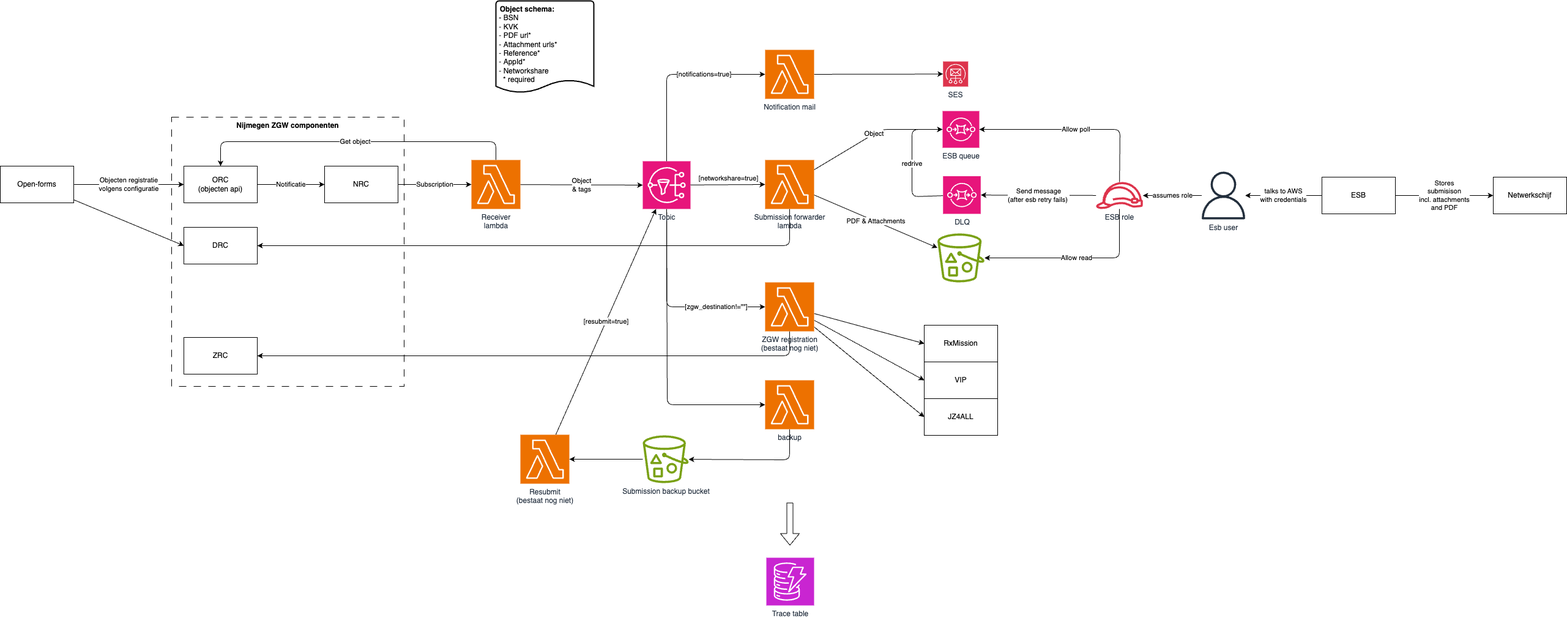
Before: src/submission-forwarder/docs/submission-forwarder-v2.drawio.png, a diagram exported from draw.io (GemeenteNijmegen/open-forms). Source tidied: cells renumbered, new cells last; positions are measured from the earlier drawing's top-left corner, leaving out a move shared by most shapes. Source of this version:
```xml
<mxGraphModel background="#ffffff">
  <root>
    <mxCell id="0" />
    <mxCell id="1" parent="0" />
    <mxCell id="2" value="Nijmegen ZGW componenten" style="rounded=0;whiteSpace=wrap;html=1;dashed=1;dashPattern=12 12;fillColor=none;fontStyle=1;verticalAlign=top;" parent="1" vertex="1">
      <mxGeometry x="280" y="190" width="380" height="440" as="geometry" />
    </mxCell>
    <mxCell id="3" value="Object&lt;div&gt;&amp;amp; tags&lt;/div&gt;" style="edgeStyle=none;html=1;entryX=0;entryY=0.5;entryDx=0;entryDy=0;entryPerimeter=0;" parent="1" edge="1" source="5" target="35">
      <mxGeometry relative="1" as="geometry" />
    </mxCell>
    <mxCell id="4" value="Get object" style="edgeStyle=none;html=1;entryX=0.5;entryY=0;entryDx=0;entryDy=0;" parent="1" edge="1" source="5" target="21">
      <mxGeometry relative="1" as="geometry">
        <Array as="points">
          <mxPoint x="810" y="230" />
          <mxPoint x="360" y="230" />
        </Array>
      </mxGeometry>
    </mxCell>
    <mxCell id="5" value="Receiver&lt;div&gt;lambda&lt;/div&gt;" style="sketch=0;points=[[0,0,0],[0.25,0,0],[0.5,0,0],[0.75,0,0],[1,0,0],[0,1,0],[0.25,1,0],[0.5,1,0],[0.75,1,0],[1,1,0],[0,0.25,0],[0,0.5,0],[0,0.75,0],[1,0.25,0],[1,0.5,0],[1,0.75,0]];outlineConnect=0;fontColor=#232F3E;fillColor=#ED7100;strokeColor=#ffffff;dashed=0;verticalLabelPosition=bottom;verticalAlign=top;align=center;html=1;fontSize=12;fontStyle=0;shape=mxgraph.aws4.resourceIcon;resIcon=mxgraph.aws4.lambda;" parent="1" vertex="1">
      <mxGeometry x="770" y="260" width="80" height="80" as="geometry" />
    </mxCell>
    <mxCell id="6" value="PDF &amp;amp; Attachments" style="edgeStyle=none;html=1;" parent="1" edge="1" source="9" target="10">
      <mxGeometry relative="1" as="geometry" />
    </mxCell>
    <mxCell id="7" value="Object" style="edgeStyle=none;html=1;" parent="1" edge="1" source="9" target="11">
      <mxGeometry relative="1" as="geometry">
        <Array as="points">
          <mxPoint x="1440" y="210" />
        </Array>
      </mxGeometry>
    </mxCell>
    <mxCell id="8" style="edgeStyle=none;html=1;" parent="1" edge="1" source="9" target="26">
      <mxGeometry relative="1" as="geometry">
        <Array as="points">
          <mxPoint x="1290" y="400" />
        </Array>
      </mxGeometry>
    </mxCell>
    <mxCell id="9" value="Submission forwarder&lt;div&gt;lambda&lt;/div&gt;" style="sketch=0;points=[[0,0,0],[0.25,0,0],[0.5,0,0],[0.75,0,0],[1,0,0],[0,1,0],[0.25,1,0],[0.5,1,0],[0.75,1,0],[1,1,0],[0,0.25,0],[0,0.5,0],[0,0.75,0],[1,0.25,0],[1,0.5,0],[1,0.75,0]];outlineConnect=0;fontColor=#232F3E;fillColor=#ED7100;strokeColor=#ffffff;dashed=0;verticalLabelPosition=bottom;verticalAlign=top;align=center;html=1;fontSize=12;fontStyle=0;shape=mxgraph.aws4.resourceIcon;resIcon=mxgraph.aws4.lambda;" parent="1" vertex="1">
      <mxGeometry x="1250" y="260" width="80" height="80" as="geometry" />
    </mxCell>
    <mxCell id="10" style="sketch=0;outlineConnect=0;fontColor=#232F3E;gradientColor=none;fillColor=#7AA116;strokeColor=none;dashed=0;verticalLabelPosition=bottom;verticalAlign=top;align=center;html=1;fontSize=12;fontStyle=0;shape=mxgraph.aws4.bucket_with_objects;" parent="1" vertex="1">
      <mxGeometry x="1531.5" y="380" width="76.9" height="80" as="geometry" />
    </mxCell>
    <mxCell id="11" value="ESB queue" style="sketch=0;points=[[0,0,0],[0.25,0,0],[0.5,0,0],[0.75,0,0],[1,0,0],[0,1,0],[0.25,1,0],[0.5,1,0],[0.75,1,0],[1,1,0],[0,0.25,0],[0,0.5,0],[0,0.75,0],[1,0.25,0],[1,0.5,0],[1,0.75,0]];outlineConnect=0;fontColor=#232F3E;fillColor=#E7157B;strokeColor=#ffffff;dashed=0;verticalLabelPosition=bottom;verticalAlign=top;align=center;html=1;fontSize=12;fontStyle=0;shape=mxgraph.aws4.resourceIcon;resIcon=mxgraph.aws4.sqs;" parent="1" vertex="1">
      <mxGeometry x="1540" y="180" width="60" height="60" as="geometry" />
    </mxCell>
    <mxCell id="12" value="Allow poll" style="edgeStyle=none;html=1;" parent="1" edge="1" source="15" target="11">
      <mxGeometry relative="1" as="geometry">
        <Array as="points">
          <mxPoint x="1830" y="210" />
        </Array>
      </mxGeometry>
    </mxCell>
    <mxCell id="13" value="Allow read" style="edgeStyle=none;html=1;" parent="1" edge="1" source="15" target="10">
      <mxGeometry relative="1" as="geometry">
        <Array as="points">
          <mxPoint x="1829" y="420" />
        </Array>
      </mxGeometry>
    </mxCell>
    <mxCell id="14" value="Send message&lt;div&gt;(after esb retry fails)&amp;nbsp;&lt;/div&gt;" style="edgeStyle=none;html=1;" parent="1" edge="1" source="15" target="32">
      <mxGeometry relative="1" as="geometry" />
    </mxCell>
    <mxCell id="15" value="ESB role" style="sketch=0;outlineConnect=0;fontColor=#232F3E;gradientColor=none;fillColor=#DD344C;strokeColor=none;dashed=0;verticalLabelPosition=bottom;verticalAlign=top;align=center;html=1;fontSize=12;fontStyle=0;shape=mxgraph.aws4.role;" parent="1" vertex="1">
      <mxGeometry x="1790" y="296" width="78" height="44" as="geometry" />
    </mxCell>
    <mxCell id="16" value="assumes role" style="edgeStyle=none;html=1;" parent="1" edge="1" source="17" target="15">
      <mxGeometry relative="1" as="geometry" />
    </mxCell>
    <mxCell id="17" value="Esb user" style="sketch=0;outlineConnect=0;fontColor=#232F3E;gradientColor=none;fillColor=#232F3D;strokeColor=none;dashed=0;verticalLabelPosition=bottom;verticalAlign=top;align=center;html=1;fontSize=12;fontStyle=0;shape=mxgraph.aws4.user;" parent="1" vertex="1">
      <mxGeometry x="1960" y="279" width="78" height="78" as="geometry" />
    </mxCell>
    <mxCell id="18" value="Subscription" style="edgeStyle=none;html=1;" parent="1" edge="1" source="19" target="5">
      <mxGeometry relative="1" as="geometry" />
    </mxCell>
    <mxCell id="19" value="NRC" style="rounded=0;whiteSpace=wrap;html=1;" parent="1" vertex="1">
      <mxGeometry x="530" y="270" width="120" height="60" as="geometry" />
    </mxCell>
    <mxCell id="20" value="Notificatie" style="edgeStyle=none;html=1;" parent="1" edge="1" source="21" target="19">
      <mxGeometry relative="1" as="geometry" />
    </mxCell>
    <mxCell id="21" value="ORC&lt;div&gt;(objecten api)&lt;/div&gt;" style="rounded=0;whiteSpace=wrap;html=1;" parent="1" vertex="1">
      <mxGeometry x="300" y="270" width="120" height="60" as="geometry" />
    </mxCell>
    <mxCell id="22" value="Objecten registratie&lt;div&gt;volgens configuratie&lt;/div&gt;" style="edgeStyle=none;html=1;" parent="1" edge="1" source="24" target="21">
      <mxGeometry relative="1" as="geometry" />
    </mxCell>
    <mxCell id="23" style="edgeStyle=none;html=1;entryX=0;entryY=0.5;entryDx=0;entryDy=0;" parent="1" edge="1" source="24" target="26">
      <mxGeometry relative="1" as="geometry" />
    </mxCell>
    <mxCell id="24" value="Open-forms" style="rounded=0;whiteSpace=wrap;html=1;" parent="1" vertex="1">
      <mxGeometry y="270" width="120" height="60" as="geometry" />
    </mxCell>
    <mxCell id="25" value="&lt;div style=&quot;text-align: center;&quot;&gt;&lt;b&gt;Object schema:&lt;/b&gt;&lt;/div&gt;&lt;div style=&quot;&quot;&gt;&lt;span style=&quot;background-color: transparent;&quot;&gt;&amp;nbsp;- BSN&lt;/span&gt;&lt;/div&gt;&lt;div style=&quot;&quot;&gt;&lt;span style=&quot;color: rgb(63, 63, 63); background-color: transparent;&quot;&gt;&amp;nbsp;-&lt;/span&gt;&lt;span style=&quot;color: rgb(63, 63, 63); background-color: transparent;&quot;&gt;&amp;nbsp;&lt;/span&gt;KVK&lt;/div&gt;&lt;div style=&quot;&quot;&gt;&lt;span style=&quot;color: rgb(63, 63, 63); background-color: transparent;&quot;&gt;&amp;nbsp;-&lt;/span&gt;&lt;span style=&quot;color: rgb(63, 63, 63); background-color: transparent;&quot;&gt;&amp;nbsp;&lt;/span&gt;PDF url*&lt;/div&gt;&lt;div style=&quot;&quot;&gt;&lt;span style=&quot;color: rgb(63, 63, 63); background-color: transparent;&quot;&gt;&amp;nbsp;-&lt;/span&gt;&lt;span style=&quot;color: rgb(63, 63, 63); background-color: transparent;&quot;&gt;&amp;nbsp;&lt;/span&gt;Attachment urls*&lt;/div&gt;&lt;div style=&quot;&quot;&gt;&lt;span style=&quot;color: rgb(63, 63, 63); background-color: transparent;&quot;&gt;&amp;nbsp;-&lt;/span&gt;&lt;span style=&quot;color: rgb(63, 63, 63); background-color: transparent;&quot;&gt;&amp;nbsp;&lt;/span&gt;Reference*&lt;/div&gt;&lt;div style=&quot;&quot;&gt;&lt;span style=&quot;color: rgb(63, 63, 63); background-color: transparent;&quot;&gt;&amp;nbsp;-&lt;/span&gt;&lt;span style=&quot;color: rgb(63, 63, 63); background-color: transparent;&quot;&gt;&amp;nbsp;&lt;/span&gt;AppId*&lt;/div&gt;&lt;div style=&quot;&quot;&gt;&lt;span style=&quot;color: rgb(63, 63, 63); background-color: transparent;&quot;&gt;&amp;nbsp;-&lt;/span&gt;&lt;span style=&quot;color: rgb(63, 63, 63); background-color: transparent;&quot;&gt;&amp;nbsp;&lt;/span&gt;Networkshare&lt;br&gt;&amp;nbsp; &amp;nbsp;* required&lt;/div&gt;" style="strokeWidth=2;html=1;shape=mxgraph.flowchart.document2;whiteSpace=wrap;size=0.1388888888888889;align=left;verticalAlign=top;" parent="1" vertex="1">
      <mxGeometry x="810" width="160" height="150" as="geometry" />
    </mxCell>
    <mxCell id="26" value="DRC" style="rounded=0;whiteSpace=wrap;html=1;" parent="1" vertex="1">
      <mxGeometry x="300" y="370" width="120" height="60" as="geometry" />
    </mxCell>
    <mxCell id="27" value="talks to AWS&lt;div&gt;with credentials&lt;/div&gt;" style="edgeStyle=none;html=1;" parent="1" edge="1" source="29" target="17">
      <mxGeometry relative="1" as="geometry" />
    </mxCell>
    <mxCell id="28" value="Stores&lt;div&gt;submisison&lt;/div&gt;&lt;div&gt;incl. attachments&lt;/div&gt;&lt;div&gt;and PDF&lt;/div&gt;" style="edgeStyle=none;html=1;" parent="1" edge="1" source="29" target="30">
      <mxGeometry relative="1" as="geometry" />
    </mxCell>
    <mxCell id="29" value="ESB" style="rounded=0;whiteSpace=wrap;html=1;" parent="1" vertex="1">
      <mxGeometry x="2160" y="288" width="120" height="60" as="geometry" />
    </mxCell>
    <mxCell id="30" value="Netwerkschijf" style="rounded=0;whiteSpace=wrap;html=1;" parent="1" vertex="1">
      <mxGeometry x="2440" y="288" width="120" height="60" as="geometry" />
    </mxCell>
    <mxCell id="31" value="redrive" style="edgeStyle=none;html=1;" parent="1" edge="1" source="32" target="11">
      <mxGeometry relative="1" as="geometry">
        <Array as="points">
          <mxPoint x="1490" y="320" />
          <mxPoint x="1490" y="210" />
        </Array>
      </mxGeometry>
    </mxCell>
    <mxCell id="32" value="DLQ" style="sketch=0;points=[[0,0,0],[0.25,0,0],[0.5,0,0],[0.75,0,0],[1,0,0],[0,1,0],[0.25,1,0],[0.5,1,0],[0.75,1,0],[1,1,0],[0,0.25,0],[0,0.5,0],[0,0.75,0],[1,0.25,0],[1,0.5,0],[1,0.75,0]];outlineConnect=0;fontColor=#232F3E;fillColor=#E7157B;strokeColor=#ffffff;dashed=0;verticalLabelPosition=bottom;verticalAlign=top;align=center;html=1;fontSize=12;fontStyle=0;shape=mxgraph.aws4.resourceIcon;resIcon=mxgraph.aws4.sqs;" parent="1" vertex="1">
      <mxGeometry x="1540.8" y="286.5" width="61.5" height="61.5" as="geometry" />
    </mxCell>
    <mxCell id="33" value="[zgw_destination!=&quot;&quot;]" style="edgeStyle=none;html=1;" parent="1" edge="1" source="35" target="47">
      <mxGeometry x="0.5" relative="1" as="geometry">
        <Array as="points">
          <mxPoint x="1089" y="500" />
        </Array>
      </mxGeometry>
    </mxCell>
    <mxCell id="34" style="edgeStyle=none;html=1;" parent="1" edge="1" source="35" target="57">
      <mxGeometry relative="1" as="geometry">
        <Array as="points">
          <mxPoint x="1090" y="660" />
        </Array>
      </mxGeometry>
    </mxCell>
    <mxCell id="35" value="Topic" style="sketch=0;points=[[0,0,0],[0.25,0,0],[0.5,0,0],[0.75,0,0],[1,0,0],[0,1,0],[0.25,1,0],[0.5,1,0],[0.75,1,0],[1,1,0],[0,0.25,0],[0,0.5,0],[0,0.75,0],[1,0.25,0],[1,0.5,0],[1,0.75,0]];outlineConnect=0;fontColor=#232F3E;fillColor=#E7157B;strokeColor=#ffffff;dashed=0;verticalLabelPosition=bottom;verticalAlign=top;align=center;html=1;fontSize=12;fontStyle=0;shape=mxgraph.aws4.resourceIcon;resIcon=mxgraph.aws4.sns;" parent="1" vertex="1">
      <mxGeometry x="1050" y="262" width="78" height="78" as="geometry" />
    </mxCell>
    <mxCell id="36" value="[networkshare=true]" style="edgeStyle=none;html=1;entryX=0;entryY=0.5;entryDx=0;entryDy=0;entryPerimeter=0;" parent="1" edge="1" source="35" target="9">
      <mxGeometry x="0.02" y="10" relative="1" as="geometry" />
    </mxCell>
    <mxCell id="37" style="edgeStyle=none;html=1;" parent="1" edge="1" source="38" target="42">
      <mxGeometry relative="1" as="geometry" />
    </mxCell>
    <mxCell id="38" value="Notification mail" style="sketch=0;points=[[0,0,0],[0.25,0,0],[0.5,0,0],[0.75,0,0],[1,0,0],[0,1,0],[0.25,1,0],[0.5,1,0],[0.75,1,0],[1,1,0],[0,0.25,0],[0,0.5,0],[0,0.75,0],[1,0.25,0],[1,0.5,0],[1,0.75,0]];outlineConnect=0;fontColor=#232F3E;fillColor=#ED7100;strokeColor=#ffffff;dashed=0;verticalLabelPosition=bottom;verticalAlign=top;align=center;html=1;fontSize=12;fontStyle=0;shape=mxgraph.aws4.resourceIcon;resIcon=mxgraph.aws4.lambda;" parent="1" vertex="1">
      <mxGeometry x="1250" y="80" width="80" height="80" as="geometry" />
    </mxCell>
    <mxCell id="39" value="[notifications=true]" style="edgeStyle=none;html=1;entryX=0;entryY=0.5;entryDx=0;entryDy=0;entryPerimeter=0;" parent="1" edge="1" source="35" target="38">
      <mxGeometry x="0.34" relative="1" as="geometry">
        <Array as="points">
          <mxPoint x="1089" y="120" />
        </Array>
      </mxGeometry>
    </mxCell>
    <mxCell id="40" value="Trace table" style="sketch=0;fontColor=#232F3E;fillColor=#C925D1;strokeColor=#ffffff;dashed=0;verticalLabelPosition=bottom;verticalAlign=top;align=center;html=1;fontSize=12;fontStyle=0;shape=mxgraph.aws4.resourceIcon;resIcon=mxgraph.aws4.dynamodb;" parent="1" vertex="1">
      <mxGeometry x="1252" y="910" width="78" height="78" as="geometry" />
    </mxCell>
    <mxCell id="41" style="shape=flexArrow;endArrow=classic;html=1;" parent="1" edge="1">
      <mxGeometry relative="1" as="geometry">
        <mxPoint x="1290.5" y="820" as="sourcePoint" />
        <mxPoint x="1290.5" y="890" as="targetPoint" />
      </mxGeometry>
    </mxCell>
    <mxCell id="42" value="SES" style="sketch=0;points=[[0,0,0],[0.25,0,0],[0.5,0,0],[0.75,0,0],[1,0,0],[0,1,0],[0.25,1,0],[0.5,1,0],[0.75,1,0],[1,1,0],[0,0.25,0],[0,0.5,0],[0,0.75,0],[1,0.25,0],[1,0.5,0],[1,0.75,0]];outlineConnect=0;fontColor=#232F3E;fillColor=#DD344C;strokeColor=#ffffff;dashed=0;verticalLabelPosition=bottom;verticalAlign=top;align=center;html=1;fontSize=12;fontStyle=0;shape=mxgraph.aws4.resourceIcon;resIcon=mxgraph.aws4.simple_email_service;" parent="1" vertex="1">
      <mxGeometry x="1540.8" y="99" width="41" height="41" as="geometry" />
    </mxCell>
    <mxCell id="43" style="edgeStyle=none;html=1;" parent="1" edge="1" source="47" target="48">
      <mxGeometry relative="1" as="geometry">
        <Array as="points">
          <mxPoint x="1290" y="580" />
        </Array>
      </mxGeometry>
    </mxCell>
    <mxCell id="44" style="edgeStyle=none;html=1;entryX=0;entryY=0.5;entryDx=0;entryDy=0;" parent="1" edge="1" source="47" target="49">
      <mxGeometry relative="1" as="geometry" />
    </mxCell>
    <mxCell id="45" style="edgeStyle=none;html=1;entryX=0;entryY=0.5;entryDx=0;entryDy=0;" parent="1" edge="1" source="47" target="50">
      <mxGeometry relative="1" as="geometry" />
    </mxCell>
    <mxCell id="46" style="edgeStyle=none;html=1;entryX=0;entryY=0.5;entryDx=0;entryDy=0;" parent="1" edge="1" source="47" target="51">
      <mxGeometry relative="1" as="geometry" />
    </mxCell>
    <mxCell id="47" value="ZGW registration&lt;div&gt;(bestaat nog niet)&lt;/div&gt;" style="sketch=0;points=[[0,0,0],[0.25,0,0],[0.5,0,0],[0.75,0,0],[1,0,0],[0,1,0],[0.25,1,0],[0.5,1,0],[0.75,1,0],[1,1,0],[0,0.25,0],[0,0.5,0],[0,0.75,0],[1,0.25,0],[1,0.5,0],[1,0.75,0]];outlineConnect=0;fontColor=#232F3E;fillColor=#ED7100;strokeColor=#ffffff;dashed=0;verticalLabelPosition=bottom;verticalAlign=top;align=center;html=1;fontSize=12;fontStyle=0;shape=mxgraph.aws4.resourceIcon;resIcon=mxgraph.aws4.lambda;" parent="1" vertex="1">
      <mxGeometry x="1250" y="460" width="80" height="80" as="geometry" />
    </mxCell>
    <mxCell id="48" value="ZRC" style="rounded=0;whiteSpace=wrap;html=1;" parent="1" vertex="1">
      <mxGeometry x="300" y="550" width="120" height="60" as="geometry" />
    </mxCell>
    <mxCell id="49" value="RxMission" style="rounded=0;whiteSpace=wrap;html=1;" parent="1" vertex="1">
      <mxGeometry x="1510" y="530" width="120" height="60" as="geometry" />
    </mxCell>
    <mxCell id="50" value="VIP" style="rounded=0;whiteSpace=wrap;html=1;" parent="1" vertex="1">
      <mxGeometry x="1510" y="590" width="120" height="60" as="geometry" />
    </mxCell>
    <mxCell id="51" value="JZ4ALL" style="rounded=0;whiteSpace=wrap;html=1;" parent="1" vertex="1">
      <mxGeometry x="1510" y="650" width="120" height="60" as="geometry" />
    </mxCell>
    <mxCell id="52" value="[resubmit=true]" style="edgeStyle=none;html=1;" parent="1" edge="1" source="53" target="35">
      <mxGeometry relative="1" as="geometry" />
    </mxCell>
    <mxCell id="53" value="Resubmit&lt;div&gt;(bestaat nog niet)&lt;/div&gt;" style="sketch=0;points=[[0,0,0],[0.25,0,0],[0.5,0,0],[0.75,0,0],[1,0,0],[0,1,0],[0.25,1,0],[0.5,1,0],[0.75,1,0],[1,1,0],[0,0.25,0],[0,0.5,0],[0,0.75,0],[1,0.25,0],[1,0.5,0],[1,0.75,0]];outlineConnect=0;fontColor=#232F3E;fillColor=#ED7100;strokeColor=#ffffff;dashed=0;verticalLabelPosition=bottom;verticalAlign=top;align=center;html=1;fontSize=12;fontStyle=0;shape=mxgraph.aws4.resourceIcon;resIcon=mxgraph.aws4.lambda;" parent="1" vertex="1">
      <mxGeometry x="850" y="709" width="80" height="80" as="geometry" />
    </mxCell>
    <mxCell id="54" style="edgeStyle=none;html=1;" parent="1" edge="1" source="55" target="53">
      <mxGeometry relative="1" as="geometry" />
    </mxCell>
    <mxCell id="55" value="Submission backup bucket" style="sketch=0;outlineConnect=0;fontColor=#232F3E;gradientColor=none;fillColor=#7AA116;strokeColor=none;dashed=0;verticalLabelPosition=bottom;verticalAlign=top;align=center;html=1;fontSize=12;fontStyle=0;shape=mxgraph.aws4.bucket_with_objects;" parent="1" vertex="1">
      <mxGeometry x="1050" y="710" width="75" height="78" as="geometry" />
    </mxCell>
    <mxCell id="56" style="edgeStyle=none;html=1;" parent="1" edge="1" source="57" target="55">
      <mxGeometry relative="1" as="geometry">
        <Array as="points">
          <mxPoint x="1290" y="750" />
        </Array>
      </mxGeometry>
    </mxCell>
    <mxCell id="57" value="backup" style="sketch=0;points=[[0,0,0],[0.25,0,0],[0.5,0,0],[0.75,0,0],[1,0,0],[0,1,0],[0.25,1,0],[0.5,1,0],[0.75,1,0],[1,1,0],[0,0.25,0],[0,0.5,0],[0,0.75,0],[1,0.25,0],[1,0.5,0],[1,0.75,0]];outlineConnect=0;fontColor=#232F3E;fillColor=#ED7100;strokeColor=#ffffff;dashed=0;verticalLabelPosition=bottom;verticalAlign=top;align=center;html=1;fontSize=12;fontStyle=0;shape=mxgraph.aws4.resourceIcon;resIcon=mxgraph.aws4.lambda;" parent="1" vertex="1">
      <mxGeometry x="1250" y="620" width="80" height="80" as="geometry" />
    </mxCell>
  </root>
</mxGraphModel>
```
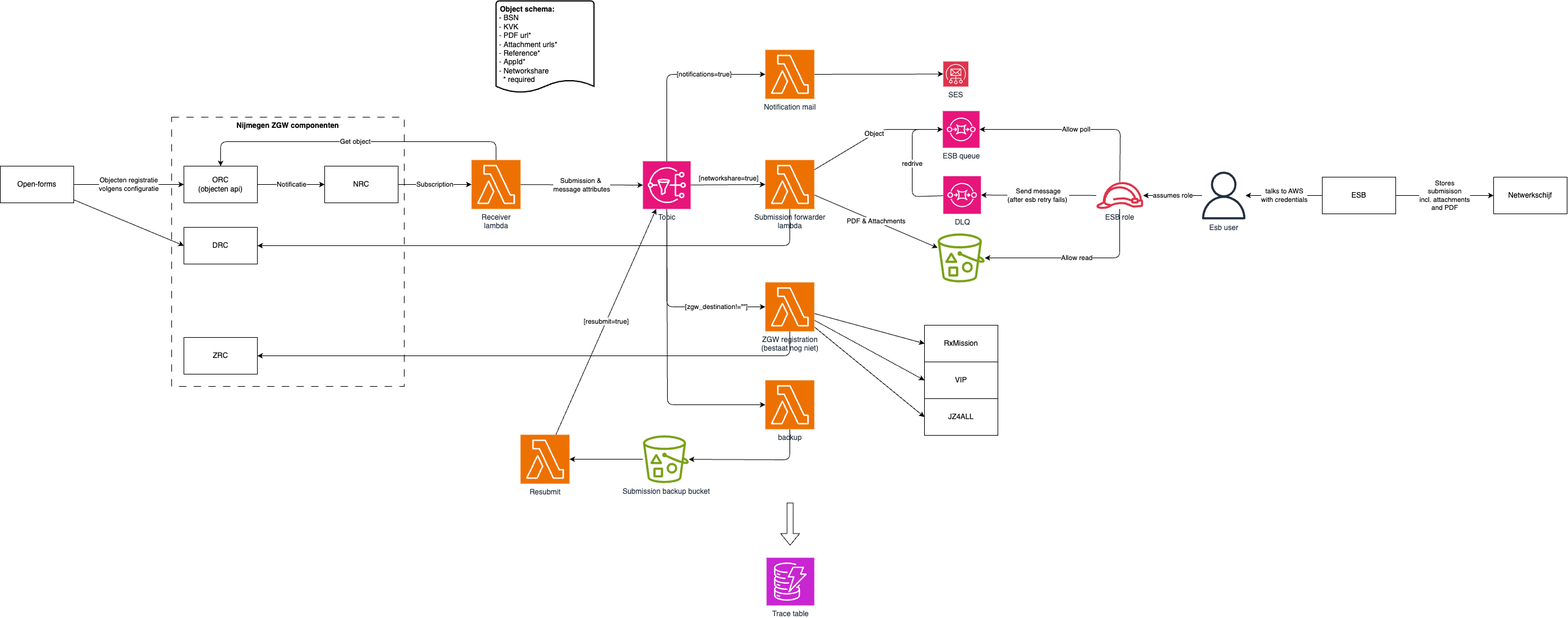
The same file after the commit.

Commit message:
docs: aantekeningen support gesprek

What changed in the source:
```diff
@@ -5,7 +5,7 @@
     <mxCell id="2" value="Nijmegen ZGW componenten" style="rounded=0;whiteSpace=wrap;html=1;dashed=1;dashPattern=12 12;fillColor=none;fontStyle=1;verticalAlign=top;" parent="1" vertex="1">
       <mxGeometry x="280" y="190" width="380" height="440" as="geometry" />
     </mxCell>
-    <mxCell id="3" value="Object&lt;div&gt;&amp;amp; tags&lt;/div&gt;" style="edgeStyle=none;html=1;entryX=0;entryY=0.5;entryDx=0;entryDy=0;entryPerimeter=0;" parent="1" edge="1" source="5" target="35">
+    <mxCell id="3" value="Submission &amp;amp;&amp;nbsp;&lt;div&gt;message attributes&lt;/div&gt;" style="edgeStyle=none;html=1;entryX=0;entryY=0.5;entryDx=0;entryDy=0;entryPerimeter=0;" parent="1" edge="1" source="5" target="35">
       <mxGeometry relative="1" as="geometry" />
     </mxCell>
     <mxCell id="4" value="Get object" style="edgeStyle=none;html=1;entryX=0.5;entryY=0;entryDx=0;entryDy=0;" parent="1" edge="1" source="5" target="21">
@@ -200,7 +200,7 @@
     <mxCell id="52" value="[resubmit=true]" style="edgeStyle=none;html=1;" parent="1" edge="1" source="53" target="35">
       <mxGeometry relative="1" as="geometry" />
     </mxCell>
-    <mxCell id="53" value="Resubmit&lt;div&gt;(bestaat nog niet)&lt;/div&gt;" style="sketch=0;points=[[0,0,0],[0.25,0,0],[0.5,0,0],[0.75,0,0],[1,0,0],[0,1,0],[0.25,1,0],[0.5,1,0],[0.75,1,0],[1,1,0],[0,0.25,0],[0,0.5,0],[0,0.75,0],[1,0.25,0],[1,0.5,0],[1,0.75,0]];outlineConnect=0;fontColor=#232F3E;fillColor=#ED7100;strokeColor=#ffffff;dashed=0;verticalLabelPosition=bottom;verticalAlign=top;align=center;html=1;fontSize=12;fontStyle=0;shape=mxgraph.aws4.resourceIcon;resIcon=mxgraph.aws4.lambda;" parent="1" vertex="1">
+    <mxCell id="53" value="Resubmit" style="sketch=0;points=[[0,0,0],[0.25,0,0],[0.5,0,0],[0.75,0,0],[1,0,0],[0,1,0],[0.25,1,0],[0.5,1,0],[0.75,1,0],[1,1,0],[0,0.25,0],[0,0.5,0],[0,0.75,0],[1,0.25,0],[1,0.5,0],[1,0.75,0]];outlineConnect=0;fontColor=#232F3E;fillColor=#ED7100;strokeColor=#ffffff;dashed=0;verticalLabelPosition=bottom;verticalAlign=top;align=center;html=1;fontSize=12;fontStyle=0;shape=mxgraph.aws4.resourceIcon;resIcon=mxgraph.aws4.lambda;" parent="1" vertex="1">
       <mxGeometry x="850" y="709" width="80" height="80" as="geometry" />
     </mxCell>
     <mxCell id="54" style="edgeStyle=none;html=1;" parent="1" edge="1" source="55" target="53">
```
